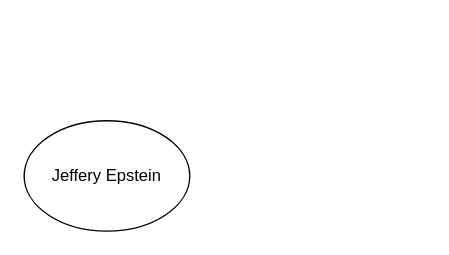
Earlier version of the draw.io diagram EPSTEINFILES.drawio (frujujuice/CTFs). Source tidied: cells renumbered, new cells numbered last; positions are measured from the earlier drawing's top-left corner, leaving out a move shared by most shapes. Both pictures are drawn from the tidied source at 138%, with x=0, y=0 at pixel (23, 120).
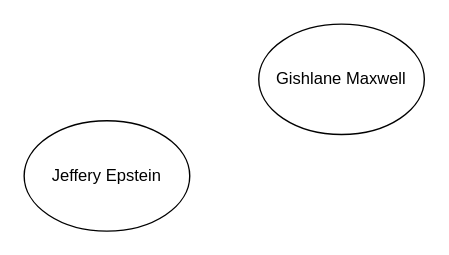
The same page after the edit.

Change to the diagram source:
```diff
@@
 <mxGraphModel>
   <root>
     <mxCell id="0" />
     <mxCell id="1" parent="0" />
     <mxCell id="2" value="Jeffery Epstein" style="ellipse;whiteSpace=wrap;html=1;" parent="1" vertex="1">
       <mxGeometry width="120" height="80" as="geometry" />
     </mxCell>
+    <mxCell id="3" value="Gishlane Maxwell" style="ellipse;whiteSpace=wrap;html=1;" parent="1" vertex="1">
+      <mxGeometry x="170" y="-70" width="120" height="80" as="geometry" />
+    </mxCell>
   </root>
 </mxGraphModel>
```
